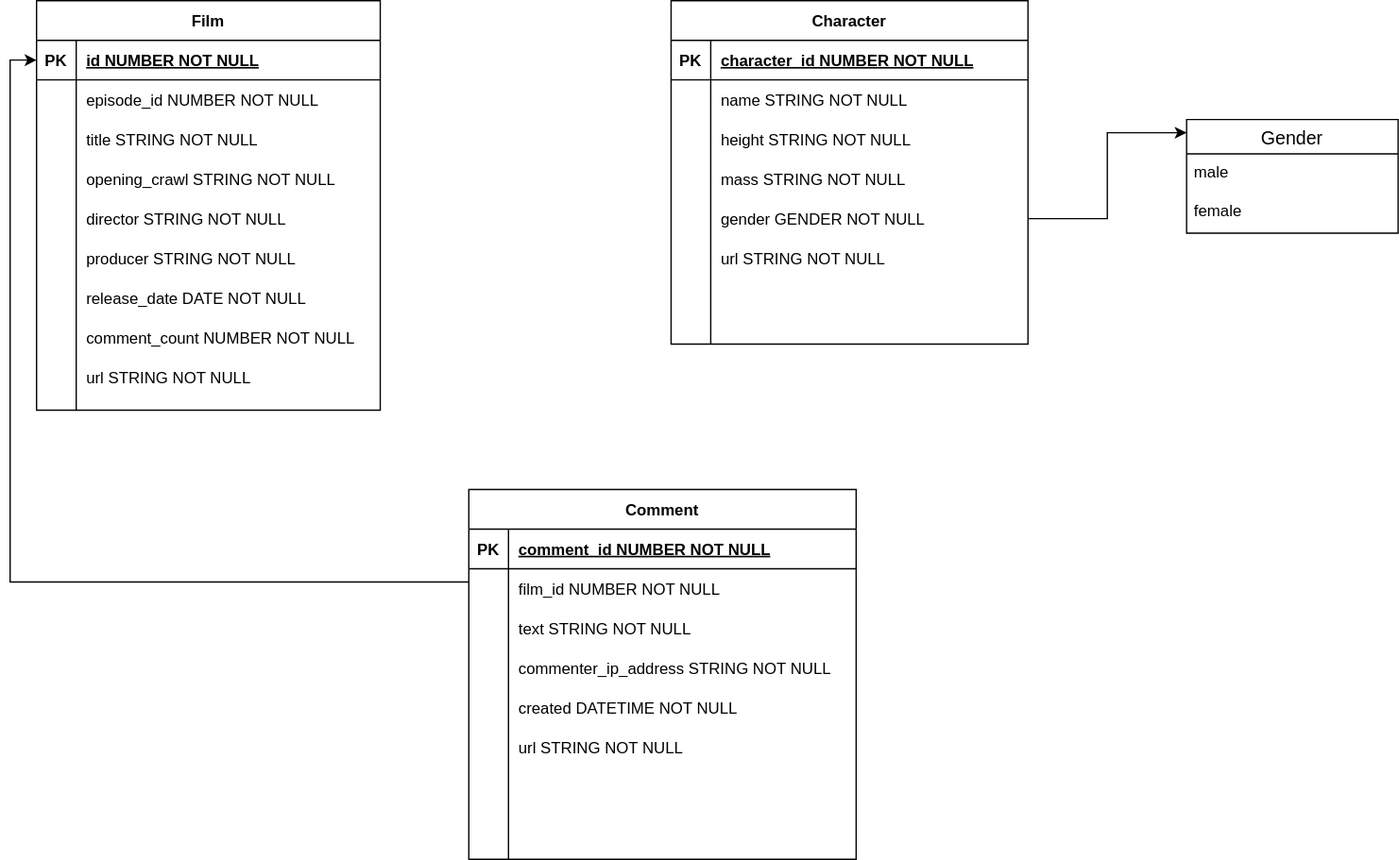
Above: Diagrams/EntityRelation.svg in C0l0red/swapi-client (draw.io), before the change. Source tidied: cells renumbered, new cells last; positions are measured from the earlier drawing's top-left corner, leaving out a move shared by most shapes. Its diagram source:
```xml
<mxGraphModel>
  <root>
    <mxCell id="0" />
    <mxCell id="1" parent="0" />
    <mxCell id="2" value="Film" style="shape=table;startSize=30;rowLines=0;fontStyle=1;align=center;" parent="1" vertex="1">
      <mxGeometry width="260" height="310" as="geometry" />
    </mxCell>
    <mxCell id="3" style="shape=partialRectangle;fillColor=none;top=0;left=0;bottom=1;right=0;points=[[0,0.5],[1,0.5]];portConstraint=eastwest;" parent="2" vertex="1">
      <mxGeometry y="30" width="260" height="30" as="geometry" />
    </mxCell>
    <mxCell id="4" value="PK" style="shape=partialRectangle;fillColor=none;top=0;left=0;bottom=0;right=0;fontStyle=1;overflow=hidden;" parent="3" vertex="1">
      <mxGeometry width="30" height="30" as="geometry" />
    </mxCell>
    <mxCell id="5" value="id NUMBER NOT NULL" style="shape=partialRectangle;fillColor=none;top=0;left=0;bottom=0;right=0;align=left;spacingLeft=6;fontStyle=5;overflow=hidden;" parent="3" vertex="1">
      <mxGeometry x="30" width="230" height="30" as="geometry" />
    </mxCell>
    <mxCell id="6" style="shape=partialRectangle;fillColor=none;top=0;left=0;bottom=0;right=0;" parent="2" vertex="1">
      <mxGeometry y="60" width="260" height="30" as="geometry" />
    </mxCell>
    <mxCell id="7" style="shape=partialRectangle;fillColor=none;top=0;left=0;bottom=0;right=0;overflow=hidden;" parent="6" vertex="1">
      <mxGeometry width="30" height="30" as="geometry" />
    </mxCell>
    <mxCell id="8" value="episode_id NUMBER NOT NULL" style="shape=partialRectangle;fillColor=none;top=0;left=0;bottom=0;right=0;align=left;spacingLeft=6;overflow=hidden;" parent="6" vertex="1">
      <mxGeometry x="30" width="230" height="30" as="geometry" />
    </mxCell>
    <mxCell id="9" style="shape=partialRectangle;fillColor=none;top=0;left=0;bottom=0;right=0;" parent="2" vertex="1">
      <mxGeometry y="90" width="260" height="30" as="geometry" />
    </mxCell>
    <mxCell id="10" style="shape=partialRectangle;fillColor=none;top=0;left=0;bottom=0;right=0;overflow=hidden;" parent="9" vertex="1">
      <mxGeometry width="30" height="30" as="geometry" />
    </mxCell>
    <mxCell id="11" value="title STRING NOT NULL" style="shape=partialRectangle;fillColor=none;top=0;left=0;bottom=0;right=0;align=left;spacingLeft=6;overflow=hidden;" parent="9" vertex="1">
      <mxGeometry x="30" width="230" height="30" as="geometry" />
    </mxCell>
    <mxCell id="12" style="shape=partialRectangle;fillColor=none;top=0;left=0;bottom=0;right=0;" parent="2" vertex="1">
      <mxGeometry y="120" width="260" height="30" as="geometry" />
    </mxCell>
    <mxCell id="13" style="shape=partialRectangle;fillColor=none;top=0;left=0;bottom=0;right=0;overflow=hidden;" parent="12" vertex="1">
      <mxGeometry width="30" height="30" as="geometry" />
    </mxCell>
    <mxCell id="14" value="opening_crawl STRING NOT NULL" style="shape=partialRectangle;fillColor=none;top=0;left=0;bottom=0;right=0;align=left;spacingLeft=6;overflow=hidden;" parent="12" vertex="1">
      <mxGeometry x="30" width="230" height="30" as="geometry" />
    </mxCell>
    <mxCell id="15" style="shape=partialRectangle;fillColor=none;top=0;left=0;bottom=0;right=0;" parent="2" vertex="1">
      <mxGeometry y="150" width="260" height="30" as="geometry" />
    </mxCell>
    <mxCell id="16" style="shape=partialRectangle;fillColor=none;top=0;left=0;bottom=0;right=0;overflow=hidden;" parent="15" vertex="1">
      <mxGeometry width="30" height="30" as="geometry" />
    </mxCell>
    <mxCell id="17" value="director STRING NOT NULL" style="shape=partialRectangle;fillColor=none;top=0;left=0;bottom=0;right=0;align=left;spacingLeft=6;overflow=hidden;" parent="15" vertex="1">
      <mxGeometry x="30" width="230" height="30" as="geometry" />
    </mxCell>
    <mxCell id="18" style="shape=partialRectangle;fillColor=none;top=0;left=0;bottom=0;right=0;" parent="2" vertex="1">
      <mxGeometry y="180" width="260" height="30" as="geometry" />
    </mxCell>
    <mxCell id="19" style="shape=partialRectangle;fillColor=none;top=0;left=0;bottom=0;right=0;overflow=hidden;" parent="18" vertex="1">
      <mxGeometry width="30" height="30" as="geometry" />
    </mxCell>
    <mxCell id="20" value="producer STRING NOT NULL" style="shape=partialRectangle;fillColor=none;top=0;left=0;bottom=0;right=0;align=left;spacingLeft=6;overflow=hidden;" parent="18" vertex="1">
      <mxGeometry x="30" width="230" height="30" as="geometry" />
    </mxCell>
    <mxCell id="21" style="shape=partialRectangle;fillColor=none;top=0;left=0;bottom=0;right=0;" parent="2" vertex="1">
      <mxGeometry y="210" width="260" height="30" as="geometry" />
    </mxCell>
    <mxCell id="22" style="shape=partialRectangle;fillColor=none;top=0;left=0;bottom=0;right=0;overflow=hidden;" parent="21" vertex="1">
      <mxGeometry width="30" height="30" as="geometry" />
    </mxCell>
    <mxCell id="23" value="release_date DATE NOT NULL" style="shape=partialRectangle;fillColor=none;top=0;left=0;bottom=0;right=0;align=left;spacingLeft=6;overflow=hidden;" parent="21" vertex="1">
      <mxGeometry x="30" width="230" height="30" as="geometry" />
    </mxCell>
    <mxCell id="24" style="shape=partialRectangle;fillColor=none;top=0;left=0;bottom=0;right=0;" parent="2" vertex="1">
      <mxGeometry y="240" width="260" height="30" as="geometry" />
    </mxCell>
    <mxCell id="25" style="shape=partialRectangle;fillColor=none;top=0;left=0;bottom=0;right=0;overflow=hidden;" parent="24" vertex="1">
      <mxGeometry width="30" height="30" as="geometry" />
    </mxCell>
    <mxCell id="26" value="comment_count NUMBER NOT NULL" style="shape=partialRectangle;fillColor=none;top=0;left=0;bottom=0;right=0;align=left;spacingLeft=6;overflow=hidden;" parent="24" vertex="1">
      <mxGeometry x="30" width="230" height="30" as="geometry" />
    </mxCell>
    <mxCell id="27" style="shape=partialRectangle;fillColor=none;top=0;left=0;bottom=0;right=0;" parent="2" vertex="1">
      <mxGeometry y="270" width="260" height="30" as="geometry" />
    </mxCell>
    <mxCell id="28" style="shape=partialRectangle;fillColor=none;top=0;left=0;bottom=0;right=0;overflow=hidden;" parent="27" vertex="1">
      <mxGeometry width="30" height="30" as="geometry" />
    </mxCell>
    <mxCell id="29" value="url STRING NOT NULL" style="shape=partialRectangle;fillColor=none;top=0;left=0;bottom=0;right=0;align=left;spacingLeft=6;overflow=hidden;" parent="27" vertex="1">
      <mxGeometry x="30" width="230" height="30" as="geometry" />
    </mxCell>
    <mxCell id="30" value="Character" style="shape=table;startSize=30;rowLines=0;fontStyle=1;align=center;" parent="1" vertex="1">
      <mxGeometry x="480" width="270" height="260" as="geometry" />
    </mxCell>
    <mxCell id="31" style="shape=partialRectangle;fillColor=none;top=0;left=0;bottom=1;right=0;" parent="30" vertex="1">
      <mxGeometry y="30" width="270" height="30" as="geometry" />
    </mxCell>
    <mxCell id="32" value="PK" style="shape=partialRectangle;fillColor=none;top=0;left=0;bottom=0;right=0;fontStyle=1;overflow=hidden;" parent="31" vertex="1">
      <mxGeometry width="30" height="30" as="geometry" />
    </mxCell>
    <mxCell id="33" value="character_id NUMBER NOT NULL" style="shape=partialRectangle;fillColor=none;top=0;left=0;bottom=0;right=0;align=left;spacingLeft=6;fontStyle=5;overflow=hidden;" parent="31" vertex="1">
      <mxGeometry x="30" width="240" height="30" as="geometry" />
    </mxCell>
    <mxCell id="34" style="shape=partialRectangle;fillColor=none;top=0;left=0;bottom=0;right=0;" parent="30" vertex="1">
      <mxGeometry y="60" width="270" height="30" as="geometry" />
    </mxCell>
    <mxCell id="35" style="shape=partialRectangle;fillColor=none;top=0;left=0;bottom=0;right=0;overflow=hidden;" parent="34" vertex="1">
      <mxGeometry width="30" height="30" as="geometry" />
    </mxCell>
    <mxCell id="36" value="name STRING NOT NULL" style="shape=partialRectangle;fillColor=none;top=0;left=0;bottom=0;right=0;align=left;spacingLeft=6;overflow=hidden;" parent="34" vertex="1">
      <mxGeometry x="30" width="240" height="30" as="geometry" />
    </mxCell>
    <mxCell id="37" style="shape=partialRectangle;fillColor=none;top=0;left=0;bottom=0;right=0;" parent="30" vertex="1">
      <mxGeometry y="90" width="270" height="30" as="geometry" />
    </mxCell>
    <mxCell id="38" style="shape=partialRectangle;fillColor=none;top=0;left=0;bottom=0;right=0;overflow=hidden;" parent="37" vertex="1">
      <mxGeometry width="30" height="30" as="geometry" />
    </mxCell>
    <mxCell id="39" value="height STRING NOT NULL" style="shape=partialRectangle;fillColor=none;top=0;left=0;bottom=0;right=0;align=left;spacingLeft=6;overflow=hidden;" parent="37" vertex="1">
      <mxGeometry x="30" width="240" height="30" as="geometry" />
    </mxCell>
    <mxCell id="40" style="shape=partialRectangle;fillColor=none;top=0;left=0;bottom=0;right=0;" parent="30" vertex="1">
      <mxGeometry y="120" width="270" height="30" as="geometry" />
    </mxCell>
    <mxCell id="41" style="shape=partialRectangle;fillColor=none;top=0;left=0;bottom=0;right=0;overflow=hidden;" parent="40" vertex="1">
      <mxGeometry width="30" height="30" as="geometry" />
    </mxCell>
    <mxCell id="42" value="mass STRING NOT NULL" style="shape=partialRectangle;fillColor=none;top=0;left=0;bottom=0;right=0;align=left;spacingLeft=6;overflow=hidden;" parent="40" vertex="1">
      <mxGeometry x="30" width="240" height="30" as="geometry" />
    </mxCell>
    <mxCell id="43" style="shape=partialRectangle;fillColor=none;top=0;left=0;bottom=0;right=0;points=[[0,0.5],[1,0.5]];portConstraint=eastwest;" parent="30" vertex="1">
      <mxGeometry y="150" width="270" height="30" as="geometry" />
    </mxCell>
    <mxCell id="44" style="shape=partialRectangle;fillColor=none;top=0;left=0;bottom=0;right=0;overflow=hidden;" parent="43" vertex="1">
      <mxGeometry width="30" height="30" as="geometry" />
    </mxCell>
    <mxCell id="45" value="gender GENDER NOT NULL" style="shape=partialRectangle;fillColor=none;top=0;left=0;bottom=0;right=0;align=left;spacingLeft=6;overflow=hidden;" parent="43" vertex="1">
      <mxGeometry x="30" width="240" height="30" as="geometry" />
    </mxCell>
    <mxCell id="46" style="shape=partialRectangle;fillColor=none;top=0;left=0;bottom=0;right=0;" parent="30" vertex="1">
      <mxGeometry y="180" width="270" height="30" as="geometry" />
    </mxCell>
    <mxCell id="47" style="shape=partialRectangle;fillColor=none;top=0;left=0;bottom=0;right=0;overflow=hidden;" parent="46" vertex="1">
      <mxGeometry width="30" height="30" as="geometry" />
    </mxCell>
    <mxCell id="48" value="url STRING NOT NULL" style="shape=partialRectangle;fillColor=none;top=0;left=0;bottom=0;right=0;align=left;spacingLeft=6;overflow=hidden;" parent="46" vertex="1">
      <mxGeometry x="30" width="240" height="30" as="geometry" />
    </mxCell>
    <mxCell id="49" value="Gender" style="swimlane;fontStyle=0;horizontal=1;startSize=26;align=center;fontSize=14;" parent="1" vertex="1">
      <mxGeometry x="870" y="90" width="160" height="86" as="geometry" />
    </mxCell>
    <mxCell id="50" value="male" style="text;strokeColor=none;fillColor=none;spacingLeft=4;spacingRight=4;overflow=hidden;fontSize=12;" parent="49" vertex="1">
      <mxGeometry y="26" width="160" height="30" as="geometry" />
    </mxCell>
    <mxCell id="51" value="female" style="text;strokeColor=none;fillColor=none;spacingLeft=4;spacingRight=4;overflow=hidden;fontSize=12;" parent="49" vertex="1">
      <mxGeometry y="56" width="160" height="30" as="geometry" />
    </mxCell>
    <mxCell id="52" style="edgeStyle=orthogonalEdgeStyle;rounded=0;jettySize=auto;html=1;exitX=1;exitY=0.5;exitDx=0;exitDy=0;entryX=0;entryY=0.116;entryDx=0;entryDy=0;entryPerimeter=0;" parent="1" edge="1" source="43" target="49">
      <mxGeometry relative="1" as="geometry" />
    </mxCell>
    <mxCell id="53" style="edgeStyle=orthogonalEdgeStyle;rounded=0;jettySize=auto;html=1;exitX=0;exitY=0.25;exitDx=0;exitDy=0;entryX=0;entryY=0.5;entryDx=0;entryDy=0;" parent="1" edge="1" source="54" target="3">
      <mxGeometry relative="1" as="geometry" />
    </mxCell>
    <mxCell id="54" value="Comment" style="shape=table;startSize=30;rowLines=0;fontStyle=1;align=center;" parent="1" vertex="1">
      <mxGeometry x="327" y="370" width="293" height="280" as="geometry" />
    </mxCell>
    <mxCell id="55" style="shape=partialRectangle;fillColor=none;top=0;left=0;bottom=1;right=0;" parent="54" vertex="1">
      <mxGeometry y="30" width="293" height="30" as="geometry" />
    </mxCell>
    <mxCell id="56" value="PK" style="shape=partialRectangle;fillColor=none;top=0;left=0;bottom=0;right=0;fontStyle=1;overflow=hidden;" parent="55" vertex="1">
      <mxGeometry width="30" height="30" as="geometry" />
    </mxCell>
    <mxCell id="57" value="comment_id NUMBER NOT NULL" style="shape=partialRectangle;fillColor=none;top=0;left=0;bottom=0;right=0;align=left;spacingLeft=6;fontStyle=5;overflow=hidden;" parent="55" vertex="1">
      <mxGeometry x="30" width="263" height="30" as="geometry" />
    </mxCell>
    <mxCell id="58" style="shape=partialRectangle;fillColor=none;top=0;left=0;bottom=0;right=0;" parent="54" vertex="1">
      <mxGeometry y="60" width="293" height="30" as="geometry" />
    </mxCell>
    <mxCell id="59" style="shape=partialRectangle;fillColor=none;top=0;left=0;bottom=0;right=0;overflow=hidden;" parent="58" vertex="1">
      <mxGeometry width="30" height="30" as="geometry" />
    </mxCell>
    <mxCell id="60" value="film_id NUMBER NOT NULL" style="shape=partialRectangle;fillColor=none;top=0;left=0;bottom=0;right=0;align=left;spacingLeft=6;overflow=hidden;" parent="58" vertex="1">
      <mxGeometry x="30" width="263" height="30" as="geometry" />
    </mxCell>
    <mxCell id="61" style="shape=partialRectangle;fillColor=none;top=0;left=0;bottom=0;right=0;" parent="54" vertex="1">
      <mxGeometry y="90" width="293" height="30" as="geometry" />
    </mxCell>
    <mxCell id="62" style="shape=partialRectangle;fillColor=none;top=0;left=0;bottom=0;right=0;overflow=hidden;" parent="61" vertex="1">
      <mxGeometry width="30" height="30" as="geometry" />
    </mxCell>
    <mxCell id="63" value="text STRING NOT NULL" style="shape=partialRectangle;fillColor=none;top=0;left=0;bottom=0;right=0;align=left;spacingLeft=6;overflow=hidden;" parent="61" vertex="1">
      <mxGeometry x="30" width="263" height="30" as="geometry" />
    </mxCell>
    <mxCell id="64" style="shape=partialRectangle;fillColor=none;top=0;left=0;bottom=0;right=0;" parent="54" vertex="1">
      <mxGeometry y="120" width="293" height="30" as="geometry" />
    </mxCell>
    <mxCell id="65" style="shape=partialRectangle;fillColor=none;top=0;left=0;bottom=0;right=0;overflow=hidden;" parent="64" vertex="1">
      <mxGeometry width="30" height="30" as="geometry" />
    </mxCell>
    <mxCell id="66" value="commenter_ip_address STRING NOT NULL" style="shape=partialRectangle;fillColor=none;top=0;left=0;bottom=0;right=0;align=left;spacingLeft=6;overflow=hidden;" parent="64" vertex="1">
      <mxGeometry x="30" width="263" height="30" as="geometry" />
    </mxCell>
    <mxCell id="67" style="shape=partialRectangle;fillColor=none;top=0;left=0;bottom=0;right=0;" parent="54" vertex="1">
      <mxGeometry y="150" width="293" height="30" as="geometry" />
    </mxCell>
    <mxCell id="68" style="shape=partialRectangle;fillColor=none;top=0;left=0;bottom=0;right=0;overflow=hidden;" parent="67" vertex="1">
      <mxGeometry width="30" height="30" as="geometry" />
    </mxCell>
    <mxCell id="69" value="created DATETIME NOT NULL" style="shape=partialRectangle;fillColor=none;top=0;left=0;bottom=0;right=0;align=left;spacingLeft=6;overflow=hidden;" parent="67" vertex="1">
      <mxGeometry x="30" width="263" height="30" as="geometry" />
    </mxCell>
    <mxCell id="70" style="shape=partialRectangle;fillColor=none;top=0;left=0;bottom=0;right=0;" parent="54" vertex="1">
      <mxGeometry y="180" width="293" height="30" as="geometry" />
    </mxCell>
    <mxCell id="71" style="shape=partialRectangle;fillColor=none;top=0;left=0;bottom=0;right=0;overflow=hidden;" parent="70" vertex="1">
      <mxGeometry width="30" height="30" as="geometry" />
    </mxCell>
    <mxCell id="72" value="url STRING NOT NULL" style="shape=partialRectangle;fillColor=none;top=0;left=0;bottom=0;right=0;align=left;spacingLeft=6;overflow=hidden;" parent="70" vertex="1">
      <mxGeometry x="30" width="263" height="30" as="geometry" />
    </mxCell>
  </root>
</mxGraphModel>
```
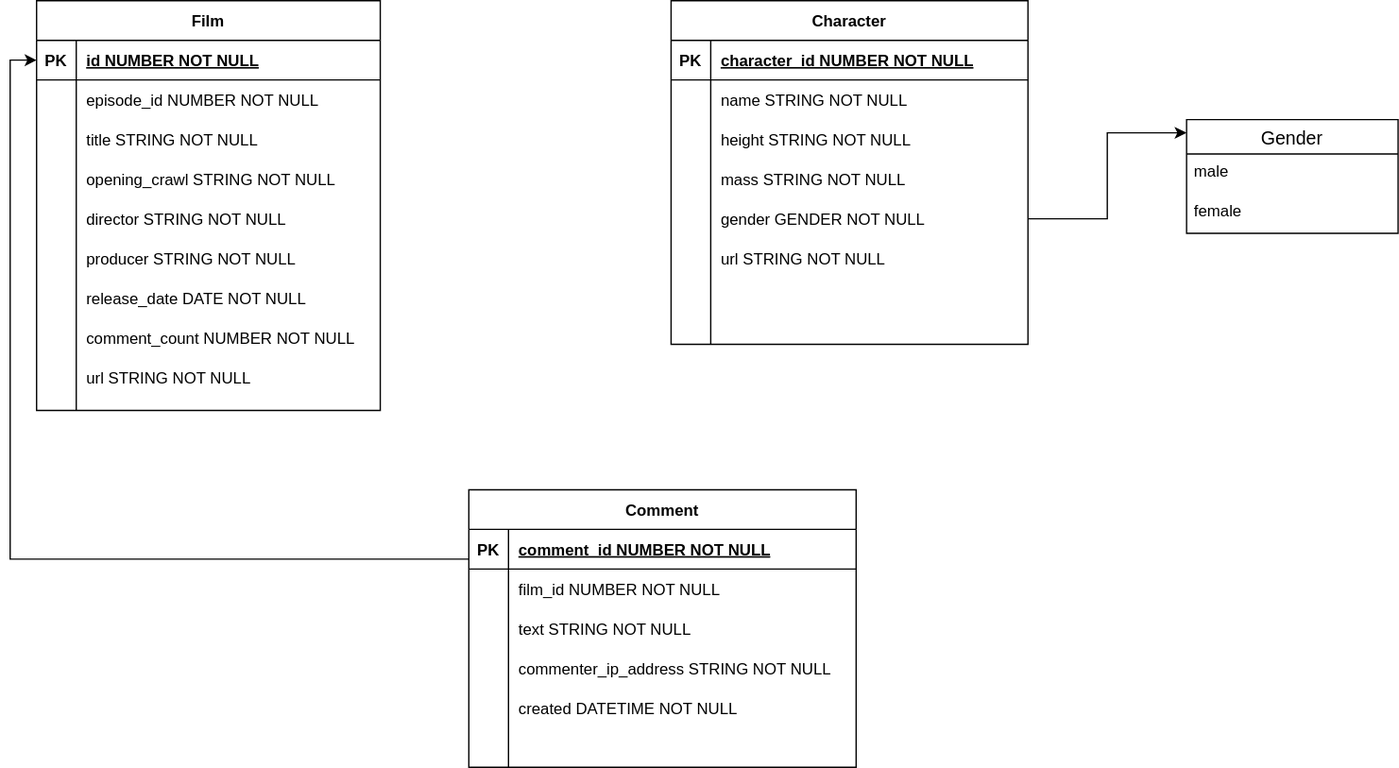
After the commit.

Change to the diagram source:
```diff
@@ -159,7 +159,7 @@
       <mxGeometry relative="1" as="geometry" />
     </mxCell>
     <mxCell id="54" value="Comment" style="shape=table;startSize=30;rowLines=0;fontStyle=1;align=center;" parent="1" vertex="1">
-      <mxGeometry x="327" y="370" width="293" height="280" as="geometry" />
+      <mxGeometry x="327" y="370" width="293" height="210" as="geometry" />
     </mxCell>
     <mxCell id="55" style="shape=partialRectangle;fillColor=none;top=0;left=0;bottom=1;right=0;" parent="54" vertex="1">
       <mxGeometry y="30" width="293" height="30" as="geometry" />
@@ -206,14 +206,5 @@
     <mxCell id="69" value="created DATETIME NOT NULL" style="shape=partialRectangle;fillColor=none;top=0;left=0;bottom=0;right=0;align=left;spacingLeft=6;overflow=hidden;" parent="67" vertex="1">
       <mxGeometry x="30" width="263" height="30" as="geometry" />
     </mxCell>
-    <mxCell id="70" style="shape=partialRectangle;fillColor=none;top=0;left=0;bottom=0;right=0;" parent="54" vertex="1">
-      <mxGeometry y="180" width="293" height="30" as="geometry" />
-    </mxCell>
-    <mxCell id="71" style="shape=partialRectangle;fillColor=none;top=0;left=0;bottom=0;right=0;overflow=hidden;" parent="70" vertex="1">
-      <mxGeometry width="30" height="30" as="geometry" />
-    </mxCell>
-    <mxCell id="72" value="url STRING NOT NULL" style="shape=partialRectangle;fillColor=none;top=0;left=0;bottom=0;right=0;align=left;spacingLeft=6;overflow=hidden;" parent="70" vertex="1">
-      <mxGeometry x="30" width="263" height="30" as="geometry" />
-    </mxCell>
   </root>
 </mxGraphModel>
```
